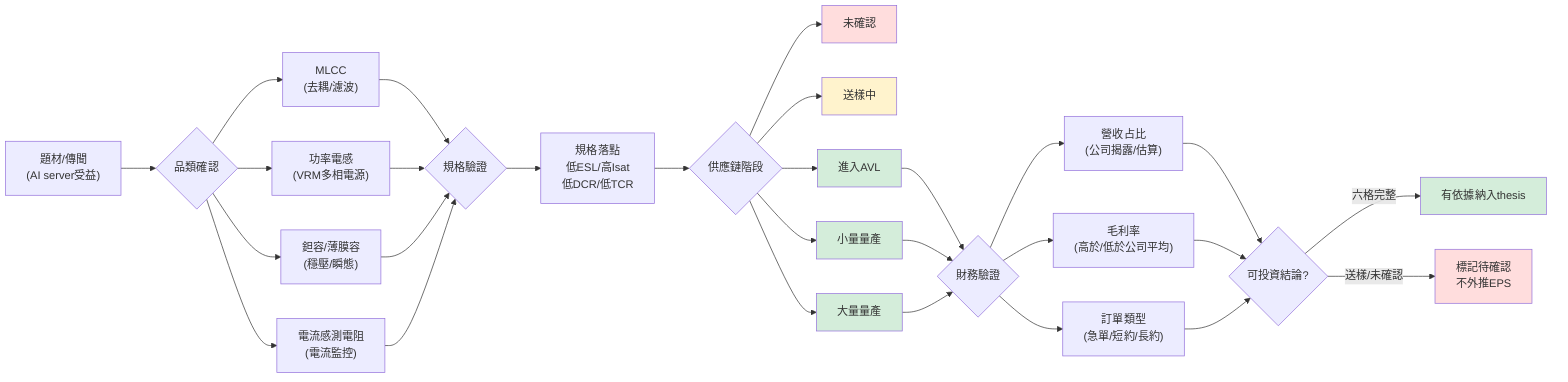
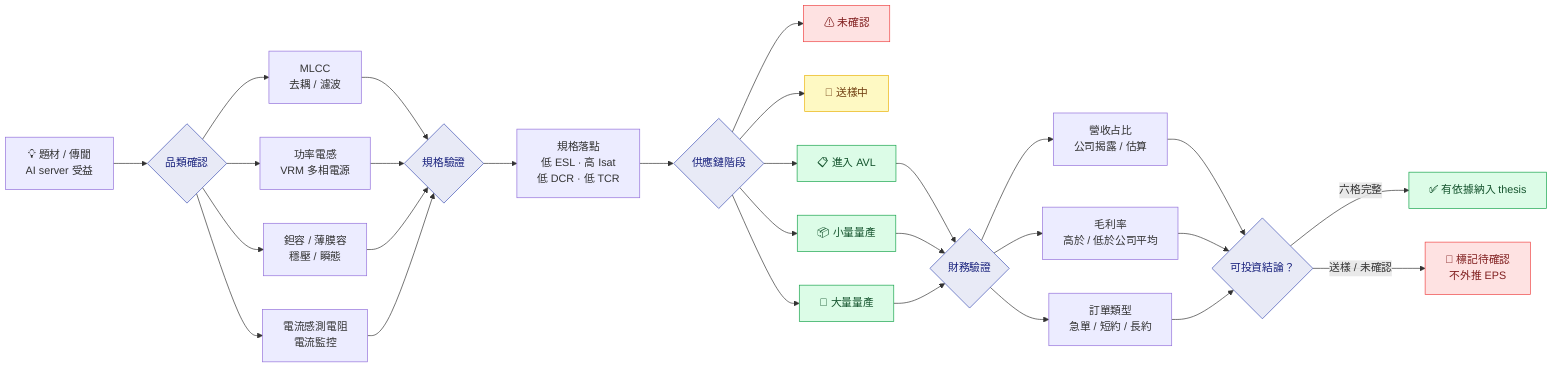
%%{init: {"theme": "default"}}%%
flowchart LR
-     S["題材/傳聞\n(AI server受益)"]
+     S["💡 題材 / 傳聞\nAI server 受益"]

    S --> B1{"品類確認"}
-     B1 --> P1["MLCC\n(去耦/濾波)"]
-     B1 --> P2["功率電感\n(VRM多相電源)"]
-     B1 --> P3["鉭容/薄膜容\n(穩壓/瞬態)"]
-     B1 --> P4["電流感測電阻\n(電流監控)"]
+     B1 --> P1["MLCC\n去耦 / 濾波"]
+     B1 --> P2["功率電感\nVRM 多相電源"]
+     B1 --> P3["鉭容 / 薄膜容\n穩壓 / 瞬態"]
+     B1 --> P4["電流感測電阻\n電流監控"]

-     P1 --> B2{"規格驗證"}
-     P2 --> B2
-     P3 --> B2
-     P4 --> B2
- 
-     B2 --> SP["規格落點\n低ESL/高Isat\n低DCR/低TCR"]
+     P1 & P2 & P3 & P4 --> B2{"規格驗證"}
+     B2 --> SP["規格落點\n低 ESL · 高 Isat\n低 DCR · 低 TCR"]
    SP --> B3{"供應鏈階段"}

-     B3 --> ST1["未確認"]
-     B3 --> ST2["送樣中"]
-     B3 --> ST3["進入AVL"]
-     B3 --> ST4["小量量產"]
-     B3 --> ST5["大量量產"]
+     B3 --> ST1["⚠ 未確認"]
+     B3 --> ST2["🔬 送樣中"]
+     B3 --> ST3["📋 進入 AVL"]
+     B3 --> ST4["📦 小量量產"]
+     B3 --> ST5["🚀 大量量產"]

-     ST3 --> B4{"財務驗證"}
-     ST4 --> B4
-     ST5 --> B4
+     ST3 & ST4 & ST5 --> B4{"財務驗證"}
+     B4 --> F1["營收占比\n公司揭露 / 估算"]
+     B4 --> F2["毛利率\n高於 / 低於公司平均"]
+     B4 --> F3["訂單類型\n急單 / 短約 / 長約"]

-     B4 --> F1["營收占比\n(公司揭露/估算)"]
-     B4 --> F2["毛利率\n(高於/低於公司平均)"]
-     B4 --> F3["訂單類型\n(急單/短約/長約)"]
+     F1 & F2 & F3 --> CON{"可投資結論？"}
+     CON -->|六格完整| YES["✅ 有依據納入 thesis"]
+     CON -->|送樣 / 未確認| NO["🚫 標記待確認\n不外推 EPS"]

-     F1 --> CON{"可投資結論?"}
-     F2 --> CON
-     F3 --> CON
- 
-     CON -->|"六格完整"| YES["有依據納入thesis"]
-     CON -->|"送樣/未確認"| NO["標記待確認\n不外推EPS"]
- 
-     style ST1 fill:#ffdddd
-     style ST2 fill:#fff3cd
-     style ST3 fill:#d4edda
-     style ST4 fill:#d4edda
-     style ST5 fill:#d4edda
-     style YES fill:#d4edda
-     style NO fill:#ffdddd
+     style ST1 fill:#fee2e2,stroke:#ef4444,color:#7f1d1d
+     style ST2 fill:#fef9c3,stroke:#eab308,color:#713f12
+     style ST3 fill:#dcfce7,stroke:#16a34a,color:#14532d
+     style ST4 fill:#dcfce7,stroke:#16a34a,color:#14532d
+     style ST5 fill:#dcfce7,stroke:#16a34a,color:#14532d
+     style YES fill:#dcfce7,stroke:#16a34a,color:#14532d
+     style NO fill:#fee2e2,stroke:#ef4444,color:#7f1d1d
+     style B1 fill:#e8eaf6,stroke:#3f51b5,color:#1a237e
+     style B2 fill:#e8eaf6,stroke:#3f51b5,color:#1a237e
+     style B3 fill:#e8eaf6,stroke:#3f51b5,color:#1a237e
+     style B4 fill:#e8eaf6,stroke:#3f51b5,color:#1a237e
+     style CON fill:#e8eaf6,stroke:#3f51b5,color:#1a237e
